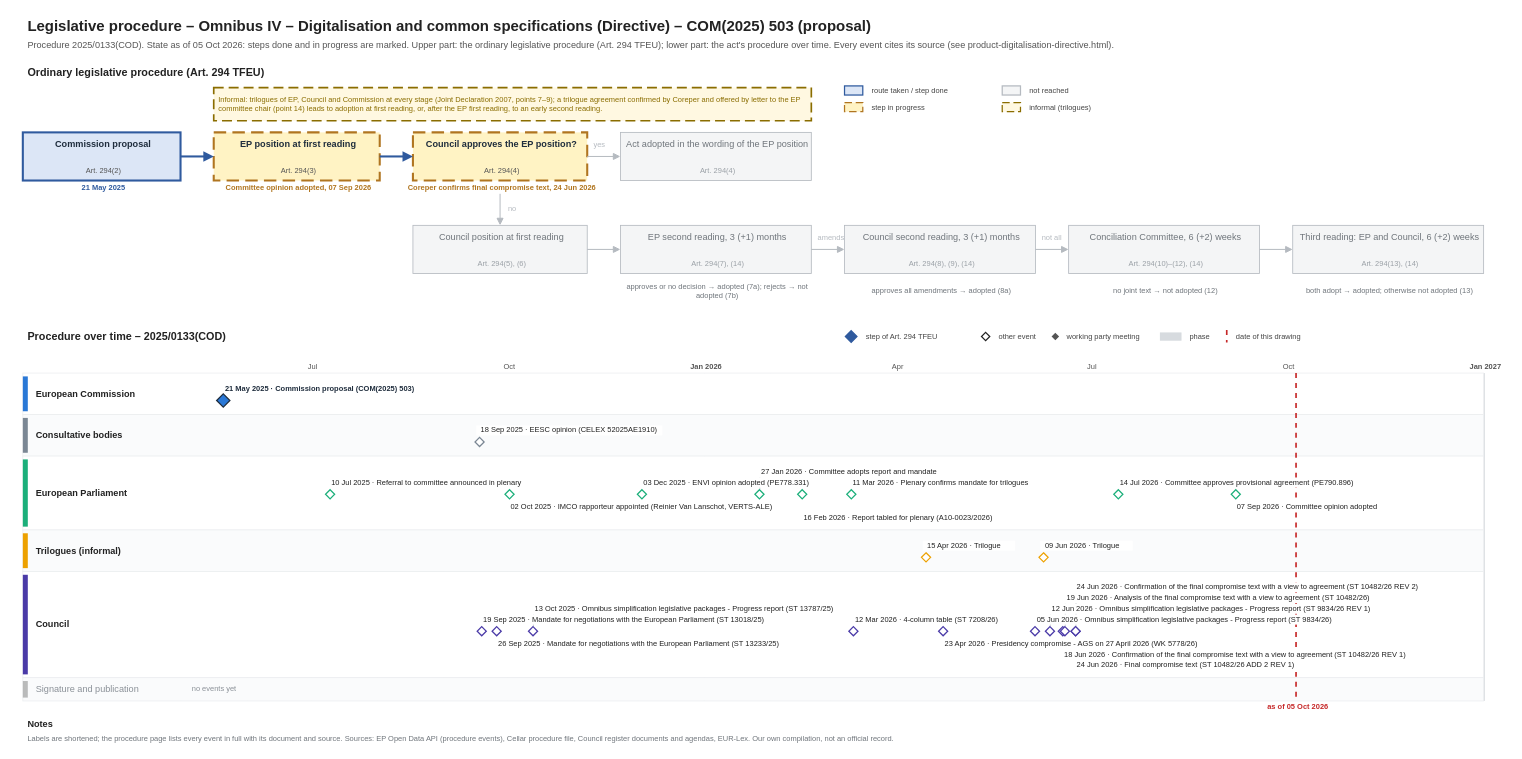
Before: procedures/product-digitalisation-directive.drawio in git-z0man/eu-regulation-timeline, a draw.io diagram. Source tidied: cells renumbered, new cells numbered last; positions are measured from the earlier drawing's top-left corner, leaving out a move shared by most shapes. Both pictures are drawn from the tidied source at 83%, with x=0, y=0 at pixel (14, 14).
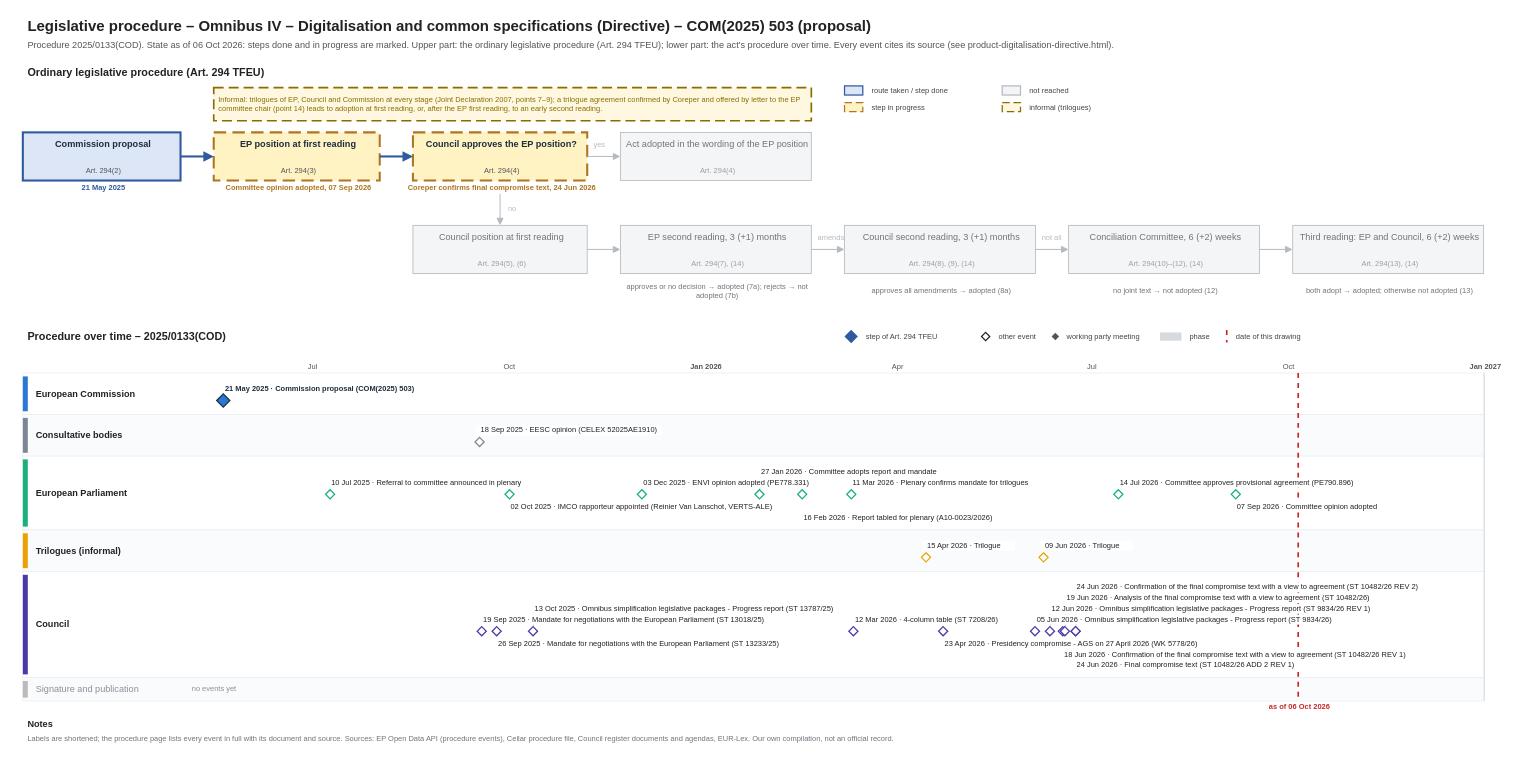
After the change.

What changed in the source:
```diff
@@
-    <mxCell id="3" value="Procedure 2025/0133(COD). State as of 05 Oct 2026: steps done and in progress are marked. Upper part: the ordinary legislative procedure (Art. 294 TFEU); lower part: the act's procedure over time. Every event cites its source (see product-digitalisation-directive.html)." style="text;html=1;fontSize=11;fontColor=#555555;align=left;verticalAlign=middle;spacingLeft=4;" parent="1" vertex="1">
+    <mxCell id="3" value="Procedure 2025/0133(COD). State as of 06 Oct 2026: steps done and in progress are marked. Upper part: the ordinary legislative procedure (Art. 294 TFEU); lower part: the act's procedure over time. Every event cites its source (see product-digitalisation-directive.html)." style="text;html=1;fontSize=11;fontColor=#555555;align=left;verticalAlign=middle;spacingLeft=4;" parent="1" vertex="1">
       <mxGeometry x="10" y="28" width="1700" height="18" as="geometry" />
     </mxCell>
@@
     <mxCell id="119" style="line;html=1;strokeWidth=2;strokeColor=#c62828;direction=south;dashed=1;" parent="1" vertex="1">
-      <mxGeometry x="1543.5" y="432" width="1" height="395" as="geometry" />
+      <mxGeometry x="1546.1" y="432" width="1" height="395" as="geometry" />
     </mxCell>
-    <mxCell id="120" value="as of 05 Oct 2026" style="text;html=1;fontSize=9;fontColor=#c62828;align=center;verticalAlign=middle;spacingLeft=4;fontStyle=1;" parent="1" vertex="1">
-      <mxGeometry x="1483.5" y="828" width="120" height="12" as="geometry" />
+    <mxCell id="120" value="as of 06 Oct 2026" style="text;html=1;fontSize=9;fontColor=#c62828;align=center;verticalAlign=middle;spacingLeft=4;fontStyle=1;" parent="1" vertex="1">
+      <mxGeometry x="1486.1" y="828" width="120" height="12" as="geometry" />
     </mxCell>
```
